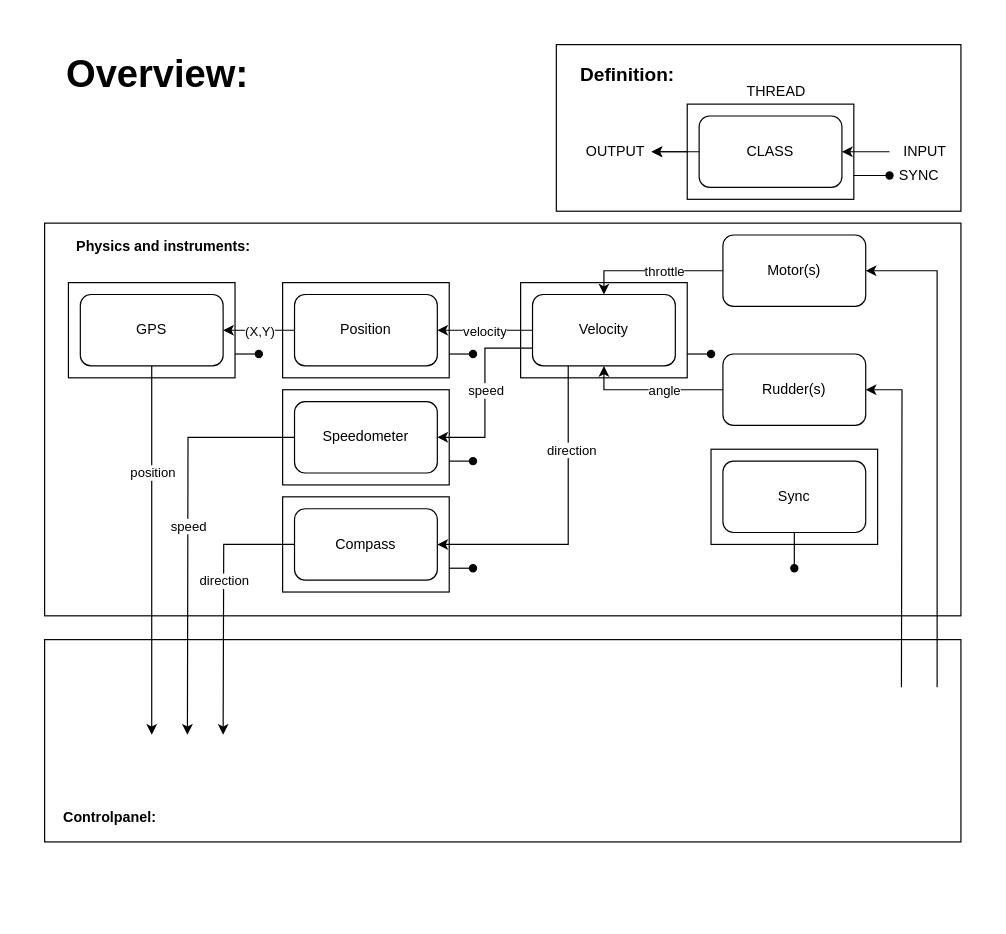
Above: overview.drawio in DigitalLivestock/ShipSimulator (draw.io), before the change. Source tidied: cells renumbered, new cells numbered last; positions are measured from the earlier drawing's top-left corner, leaving out a move shared by most shapes. Both pictures are drawn from the tidied source at 119%, with x=0, y=0 at pixel (44, 44).
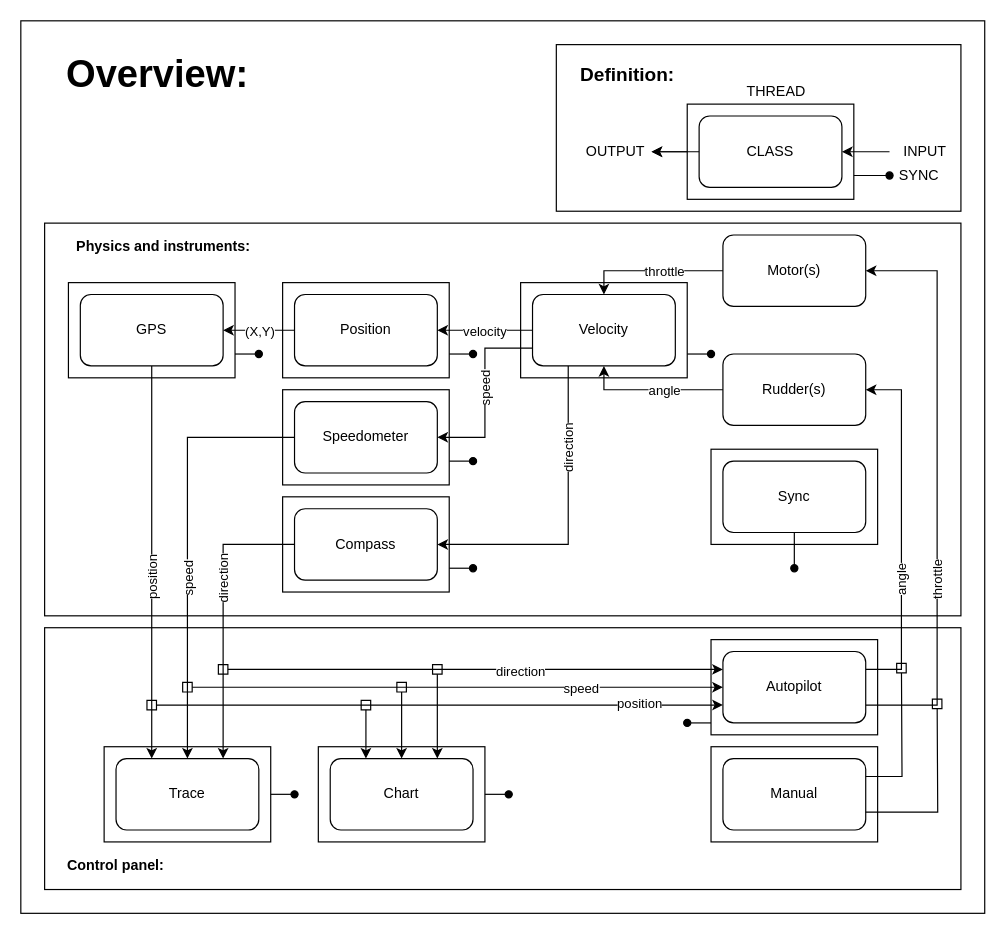
After the change.

The change refers to these unchanged cells:
```xml
<mxCell id="18" style="edgeStyle=orthogonalEdgeStyle;rounded=0;jettySize=auto;html=1;exitX=0;exitY=0.75;exitDx=0;exitDy=0;entryX=1;entryY=0.5;entryDx=0;entryDy=0;endArrow=classic;endFill=1;" parent="1" edge="1" source="20" target="39">
  <mxGeometry relative="1" as="geometry" />
</mxCell>
<mxCell id="23" value="Motor(s)" style="rounded=1;whiteSpace=wrap;html=1;fillColor=none;" parent="1" vertex="1">
  <mxGeometry x="570" y="160" width="120" height="60" as="geometry" />
</mxCell>
<mxCell id="27" value="Rudder(s)" style="rounded=1;whiteSpace=wrap;html=1;fillColor=none;" parent="1" vertex="1">
  <mxGeometry x="570" y="260" width="120" height="60" as="geometry" />
</mxCell>
<mxCell id="39" value="Speedometer" style="rounded=1;whiteSpace=wrap;html=1;fillColor=none;" parent="1" vertex="1">
  <mxGeometry x="210" y="300" width="120" height="60" as="geometry" />
</mxCell>
<mxCell id="42" value="Compass" style="rounded=1;whiteSpace=wrap;html=1;fillColor=none;" parent="1" vertex="1">
  <mxGeometry x="210" y="390" width="120" height="60" as="geometry" />
</mxCell>
<mxCell id="43" style="endArrow=classic;html=1;exitX=0.25;exitY=1;exitDx=0;exitDy=0;entryX=1;entryY=0.5;entryDx=0;entryDy=0;rounded=0;" parent="1" edge="1" source="20" target="42">
  <mxGeometry relative="1" as="geometry">
    <Array as="points">
      <mxPoint x="440" y="420" />
    </Array>
  </mxGeometry>
</mxCell>
<mxCell id="49" value="GPS" style="rounded=1;whiteSpace=wrap;html=1;fillColor=none;" parent="1" vertex="1">
  <mxGeometry x="30" y="210" width="120" height="60" as="geometry" />
</mxCell>
```

The edit, as a diff of the source:
```diff
@@
+    <mxCell id="59" style="rounded=0;whiteSpace=wrap;html=1;fillColor=none;" parent="1" vertex="1">
+      <mxGeometry y="490" width="770" height="220" as="geometry" />
+    </mxCell>
@@
-    <mxCell id="19" value="speed" style="edgeLabel;html=1;align=center;verticalAlign=middle;" parent="18" vertex="1">
+    <mxCell id="19" value="speed" style="edgeLabel;html=1;align=center;verticalAlign=middle;rotation=-90;" parent="18" vertex="1">
       <mxGeometry x="-0.14" y="-2" relative="1" as="geometry">
         <mxPoint x="2" y="8.2" as="offset" />
       </mxGeometry>
     </mxCell>
@@
-    <mxCell id="26" style="edgeStyle=orthogonalEdgeStyle;rounded=0;jettySize=auto;html=1;exitX=1;exitY=0.5;exitDx=0;exitDy=0;endArrow=none;endFill=0;startArrow=classic;startFill=1;" parent="1" edge="1" source="27">
+    <mxCell id="26" style="edgeStyle=orthogonalEdgeStyle;rounded=0;jettySize=auto;html=1;exitX=1;exitY=0.5;exitDx=0;exitDy=0;endArrow=none;endFill=0;startArrow=classic;startFill=1;entryX=1;entryY=0.25;entryDx=0;entryDy=0;" parent="1" edge="1" source="27" target="69">
       <mxGeometry relative="1" as="geometry">
-        <mxPoint x="720" y="540" as="targetPoint" />
+        <Array as="points">
+          <mxPoint x="720" y="290" />
+          <mxPoint x="720" y="525" />
+        </Array>
       </mxGeometry>
     </mxCell>
+    <mxCell id="60" value="angle" style="edgeLabel;html=1;align=center;verticalAlign=middle;rotation=270;" parent="26" vertex="1">
+      <mxGeometry x="0.17" y="-1" relative="1" as="geometry">
+        <mxPoint y="18" as="offset" />
+      </mxGeometry>
+    </mxCell>
@@
-    <mxCell id="37" style="edgeStyle=orthogonalEdgeStyle;rounded=0;jettySize=auto;html=1;exitX=0;exitY=0.5;exitDx=0;exitDy=0;endArrow=classic;endFill=1;" parent="1" edge="1" source="39">
-      <mxGeometry relative="1" as="geometry">
-        <mxPoint x="120" y="580" as="targetPoint" />
-      </mxGeometry>
+    <mxCell id="37" style="edgeStyle=orthogonalEdgeStyle;rounded=0;jettySize=auto;html=1;exitX=0;exitY=0.5;exitDx=0;exitDy=0;endArrow=classic;endFill=1;entryX=0.5;entryY=0;entryDx=0;entryDy=0;" parent="1" edge="1" source="39" target="63">
+      <mxGeometry relative="1" as="geometry" />
     </mxCell>
-    <mxCell id="38" value="speed" style="edgeLabel;html=1;align=center;verticalAlign=middle;rotation=0;" parent="37" vertex="1">
+    <mxCell id="38" value="speed" style="edgeLabel;html=1;align=center;verticalAlign=middle;rotation=-90;" parent="37" vertex="1">
       <mxGeometry x="0.63" relative="1" as="geometry">
-        <mxPoint y="-113.3" as="offset" />
+        <mxPoint y="-83" as="offset" />
       </mxGeometry>
     </mxCell>
@@
-    <mxCell id="40" style="edgeStyle=orthogonalEdgeStyle;rounded=0;jettySize=auto;html=1;exitX=0;exitY=0.5;exitDx=0;exitDy=0;endArrow=classic;endFill=1;" parent="1" edge="1" source="42">
-      <mxGeometry relative="1" as="geometry">
-        <mxPoint x="150" y="580" as="targetPoint" />
-      </mxGeometry>
+    <mxCell id="40" style="edgeStyle=orthogonalEdgeStyle;rounded=0;jettySize=auto;html=1;exitX=0;exitY=0.5;exitDx=0;exitDy=0;endArrow=classic;endFill=1;entryX=0.75;entryY=0;entryDx=0;entryDy=0;" parent="1" edge="1" source="42" target="63">
+      <mxGeometry relative="1" as="geometry" />
     </mxCell>
-    <mxCell id="41" value="direction" style="edgeLabel;html=1;align=center;verticalAlign=middle;" parent="40" vertex="1">
+    <mxCell id="41" value="direction" style="edgeLabel;html=1;align=center;verticalAlign=middle;rotation=-90;" parent="40" vertex="1">
       <mxGeometry x="0.7" relative="1" as="geometry">
-        <mxPoint y="-96.7" as="offset" />
+        <mxPoint y="-114" as="offset" />
       </mxGeometry>
     </mxCell>
@@
-    <mxCell id="44" value="direction" style="edgeLabel;html=1;align=center;verticalAlign=middle;" parent="43" vertex="1">
+    <mxCell id="44" value="direction" style="edgeLabel;html=1;align=center;verticalAlign=middle;rotation=-90;" parent="43" vertex="1">
       <mxGeometry x="-0.25" y="2" relative="1" as="geometry">
-        <mxPoint y="-28" as="offset" />
+        <mxPoint x="-2" y="-27.7" as="offset" />
       </mxGeometry>
     </mxCell>
@@
-    <mxCell id="47" style="edgeStyle=orthogonalEdgeStyle;rounded=0;jettySize=auto;html=1;exitX=0.5;exitY=1;exitDx=0;exitDy=0;endArrow=classic;endFill=1;" parent="1" edge="1" source="49">
-      <mxGeometry relative="1" as="geometry">
-        <mxPoint x="90" y="580" as="targetPoint" />
-      </mxGeometry>
+    <mxCell id="47" style="edgeStyle=orthogonalEdgeStyle;rounded=0;jettySize=auto;html=1;exitX=0.5;exitY=1;exitDx=0;exitDy=0;endArrow=classic;endFill=1;entryX=0.25;entryY=0;entryDx=0;entryDy=0;" parent="1" edge="1" source="49" target="63">
+      <mxGeometry relative="1" as="geometry" />
     </mxCell>
-    <mxCell id="48" value="position" style="edgeLabel;html=1;align=center;verticalAlign=middle;" parent="47" vertex="1">
+    <mxCell id="48" value="position" style="edgeLabel;html=1;align=center;verticalAlign=middle;rotation=-90;" parent="47" vertex="1">
       <mxGeometry x="-0.21" relative="1" as="geometry">
-        <mxPoint y="-33.3" as="offset" />
+        <mxPoint y="49" as="offset" />
       </mxGeometry>
     </mxCell>
@@
-    <mxCell id="54" style="endArrow=classic;html=1;entryX=1;entryY=0.5;entryDx=0;entryDy=0;rounded=0;" parent="1" edge="1" target="23">
+    <mxCell id="54" style="endArrow=classic;html=1;entryX=1;entryY=0.5;entryDx=0;entryDy=0;rounded=0;exitX=1;exitY=0.75;exitDx=0;exitDy=0;" parent="1" edge="1" source="69" target="23">
       <mxGeometry relative="1" as="geometry">
-        <mxPoint x="750" y="540" as="sourcePoint" />
         <Array as="points">
+          <mxPoint x="750" y="555" />
           <mxPoint x="750" y="190" />
         </Array>
       </mxGeometry>
     </mxCell>
+    <mxCell id="61" value="throttle" style="edgeLabel;html=1;align=center;verticalAlign=middle;rotation=-90;" parent="54" vertex="1">
+      <mxGeometry x="-0.2" relative="1" as="geometry">
+        <mxPoint y="30" as="offset" />
+      </mxGeometry>
+    </mxCell>
@@
-    <mxCell id="56" style="rounded=0;whiteSpace=wrap;html=1;strokeColor=#000000;fillColor=none;" parent="1" vertex="1">
-      <mxGeometry y="500" width="770" height="170" as="geometry" />
-    </mxCell>
-    <mxCell id="57" value="&lt;b&gt;Controlpanel:&lt;/b&gt;" style="text;html=1;strokeColor=none;fillColor=none;align=center;verticalAlign=middle;whiteSpace=wrap;rounded=0;" parent="1" vertex="1">
-      <mxGeometry x="10" y="640" width="90" height="20" as="geometry" />
+    <mxCell id="57" value="&lt;b&gt;Control panel:&lt;/b&gt;" style="text;html=1;strokeColor=none;fillColor=none;align=center;verticalAlign=middle;whiteSpace=wrap;rounded=0;" parent="1" vertex="1">
+      <mxGeometry x="10" y="680" width="100" height="20" as="geometry" />
     </mxCell>
@@
+    <mxCell id="62" style="edgeStyle=orthogonalEdgeStyle;rounded=0;jettySize=auto;html=1;startArrow=none;startFill=0;endArrow=oval;endFill=1;endSize=6;strokeColor=#000000;exitX=1;exitY=0.5;exitDx=0;exitDy=0;" parent="1" edge="1" source="79">
+      <mxGeometry relative="1" as="geometry">
+        <mxPoint x="210" y="630" as="targetPoint" />
+      </mxGeometry>
+    </mxCell>
+    <mxCell id="63" value="Trace" style="rounded=1;whiteSpace=wrap;html=1;" parent="1" vertex="1">
+      <mxGeometry x="60" y="600" width="120" height="60" as="geometry" />
+    </mxCell>
+    <mxCell id="64" style="edgeStyle=orthogonalEdgeStyle;rounded=0;jettySize=auto;html=1;exitX=1;exitY=0.5;exitDx=0;exitDy=0;startArrow=none;startFill=0;endArrow=oval;endFill=1;endSize=6;strokeColor=#000000;" parent="1" edge="1" source="80">
+      <mxGeometry relative="1" as="geometry">
+        <mxPoint x="390" y="630.3" as="targetPoint" />
+      </mxGeometry>
+    </mxCell>
+    <mxCell id="65" value="Chart" style="rounded=1;whiteSpace=wrap;html=1;" parent="1" vertex="1">
+      <mxGeometry x="240" y="600" width="120" height="60" as="geometry" />
+    </mxCell>
+    <mxCell id="66" value="Manual" style="rounded=1;whiteSpace=wrap;html=1;" parent="1" vertex="1">
+      <mxGeometry x="570" y="600" width="120" height="60" as="geometry" />
+    </mxCell>
+    <mxCell id="67" style="edgeStyle=orthogonalEdgeStyle;rounded=0;jettySize=auto;html=1;endArrow=box;endFill=0;exitX=1;exitY=0.25;exitDx=0;exitDy=0;" parent="1" edge="1" source="66">
+      <mxGeometry relative="1" as="geometry">
+        <mxPoint x="720" y="520" as="targetPoint" />
+      </mxGeometry>
+    </mxCell>
+    <mxCell id="68" style="edgeStyle=orthogonalEdgeStyle;rounded=0;jettySize=auto;html=1;endArrow=box;endFill=0;exitX=1;exitY=0.75;exitDx=0;exitDy=0;" parent="1" edge="1" source="66">
+      <mxGeometry relative="1" as="geometry">
+        <mxPoint x="750" y="550" as="targetPoint" />
+      </mxGeometry>
+    </mxCell>
+    <mxCell id="69" value="Autopilot" style="rounded=1;whiteSpace=wrap;html=1;" parent="1" vertex="1">
+      <mxGeometry x="570" y="510" width="120" height="60" as="geometry" />
+    </mxCell>
+    <mxCell id="70" style="endArrow=classic;html=1;strokeColor=#000000;startArrow=box;startFill=0;endSize=6;entryX=0;entryY=0.25;entryDx=0;entryDy=0;" parent="1" edge="1" target="69">
+      <mxGeometry relative="1" as="geometry">
+        <mxPoint x="146" y="525" as="sourcePoint" />
+        <Array as="points">
+          <mxPoint x="160" y="525" />
+        </Array>
+      </mxGeometry>
+    </mxCell>
+    <mxCell id="71" value="direction" style="edgeLabel;html=1;align=center;verticalAlign=middle;" parent="70" vertex="1">
+      <mxGeometry x="0.27" y="-1" relative="1" as="geometry">
+        <mxPoint x="-16" as="offset" />
+      </mxGeometry>
+    </mxCell>
+    <mxCell id="72" style="endArrow=classic;html=1;strokeColor=#000000;startArrow=box;startFill=0;entryX=0;entryY=0.5;entryDx=0;entryDy=0;" parent="1" edge="1" target="69">
+      <mxGeometry relative="1" as="geometry">
+        <mxPoint x="116" y="540" as="sourcePoint" />
+      </mxGeometry>
+    </mxCell>
+    <mxCell id="73" value="speed" style="edgeLabel;html=1;align=center;verticalAlign=middle;" parent="72" vertex="1">
+      <mxGeometry x="0.54" y="-1" relative="1" as="geometry">
+        <mxPoint x="-16" y="-1" as="offset" />
+      </mxGeometry>
+    </mxCell>
+    <mxCell id="74" style="endArrow=classic;html=1;strokeColor=#000000;startArrow=box;startFill=0;entryX=0;entryY=0.75;entryDx=0;entryDy=0;" parent="1" edge="1" target="69">
+      <mxGeometry relative="1" as="geometry">
+        <mxPoint x="86" y="555" as="sourcePoint" />
+      </mxGeometry>
+    </mxCell>
+    <mxCell id="75" value="position" style="edgeLabel;html=1;align=center;verticalAlign=middle;" parent="74" vertex="1">
+      <mxGeometry x="0.77" y="2" relative="1" as="geometry">
+        <mxPoint x="-15" as="offset" />
+      </mxGeometry>
+    </mxCell>
+    <mxCell id="76" style="endArrow=classic;html=1;strokeColor=#000000;entryX=0.25;entryY=0;entryDx=0;entryDy=0;startArrow=box;startFill=0;" parent="1" edge="1" target="65">
+      <mxGeometry relative="1" as="geometry">
+        <mxPoint x="270" y="551" as="sourcePoint" />
+      </mxGeometry>
+    </mxCell>
+    <mxCell id="77" style="endArrow=classic;html=1;strokeColor=#000000;startArrow=box;startFill=0;" parent="1" edge="1" target="65">
+      <mxGeometry relative="1" as="geometry">
+        <mxPoint x="300" y="536" as="sourcePoint" />
+      </mxGeometry>
+    </mxCell>
+    <mxCell id="78" style="endArrow=classic;html=1;strokeColor=#000000;entryX=0.75;entryY=0;entryDx=0;entryDy=0;startArrow=box;startFill=0;" parent="1" edge="1" target="65">
+      <mxGeometry relative="1" as="geometry">
+        <mxPoint x="330" y="521" as="sourcePoint" />
+      </mxGeometry>
+    </mxCell>
+    <mxCell id="79" style="rounded=0;whiteSpace=wrap;html=1;fillColor=none;" parent="1" vertex="1">
+      <mxGeometry x="50" y="590" width="140" height="80" as="geometry" />
+    </mxCell>
+    <mxCell id="80" style="rounded=0;whiteSpace=wrap;html=1;fillColor=none;" parent="1" vertex="1">
+      <mxGeometry x="230" y="590" width="140" height="80" as="geometry" />
+    </mxCell>
+    <mxCell id="81" style="rounded=0;whiteSpace=wrap;html=1;fillColor=none;" parent="1" vertex="1">
+      <mxGeometry x="560" y="500" width="140" height="80" as="geometry" />
+    </mxCell>
+    <mxCell id="82" style="endArrow=oval;html=1;strokeColor=#000000;endFill=1;" parent="1" edge="1">
+      <mxGeometry relative="1" as="geometry">
+        <mxPoint x="560" y="570" as="sourcePoint" />
+        <mxPoint x="540" y="570" as="targetPoint" />
+      </mxGeometry>
+    </mxCell>
+    <mxCell id="83" style="rounded=0;whiteSpace=wrap;html=1;fillColor=none;" parent="1" vertex="1">
+      <mxGeometry x="560" y="590" width="140" height="80" as="geometry" />
+    </mxCell>
+    <mxCell id="84" style="rounded=0;whiteSpace=wrap;html=1;fillColor=none;" parent="1" vertex="1">
+      <mxGeometry x="-20" y="-20" width="810" height="750" as="geometry" />
+    </mxCell>
```
